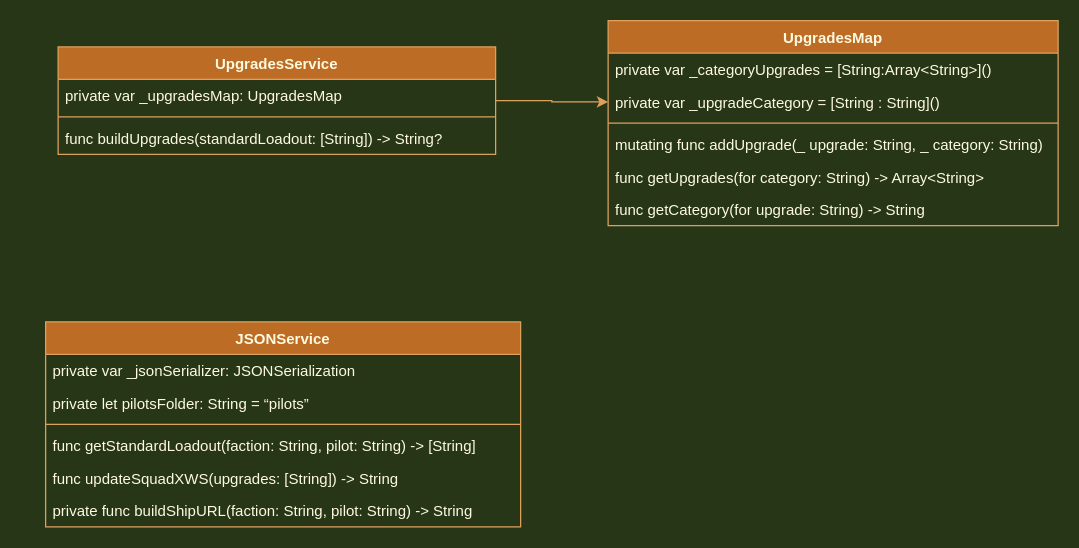
This is page "UpgradesService" (2 of 2) of Documentation/ShipXWSImport.drawio.xml from pakirby1/DialControl, a draw.io file, before an edit. Source tidied: cells renumbered, new cells numbered last; positions are measured from the earlier drawing's top-left corner, leaving out a move shared by most shapes. Both pictures are drawn from the tidied source at 125%, with x=0, y=0 at pixel (45, 20).
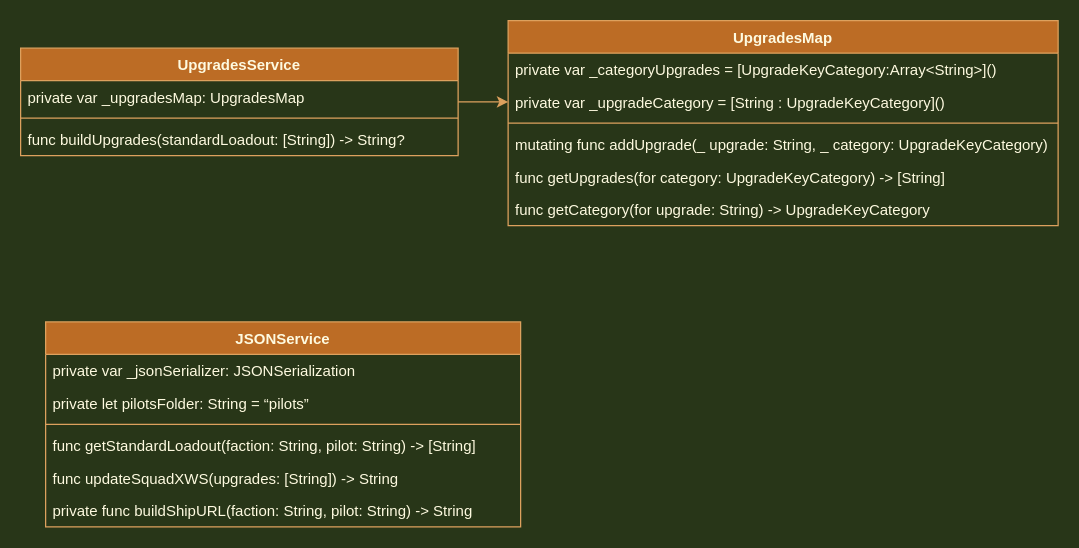
The same page after the edit.

What changed in the source:
```diff
@@
     <mxCell id="3" value="UpgradesService" style="swimlane;fontStyle=1;align=center;verticalAlign=top;horizontal=1;startSize=26;labelBackgroundColor=none;fillColor=#BC6C25;strokeColor=#DDA15E;fontColor=#FEFAE0;" parent="1" vertex="1">
-      <mxGeometry x="10" y="21" width="350" height="86" as="geometry" />
+      <mxGeometry x="-20" y="22" width="350" height="86" as="geometry" />
     </mxCell>
@@
     <mxCell id="7" value="UpgradesMap" style="swimlane;fontStyle=1;align=center;verticalAlign=top;horizontal=1;startSize=26;labelBackgroundColor=none;fillColor=#BC6C25;strokeColor=#DDA15E;fontColor=#FEFAE0;" parent="1" vertex="1">
-      <mxGeometry x="450" width="360" height="164" as="geometry" />
+      <mxGeometry x="370" width="440" height="164" as="geometry" />
     </mxCell>
-    <mxCell id="8" value="private var _categoryUpgrades = [String:Array&lt;String&gt;]()" style="text;strokeColor=none;fillColor=none;align=left;verticalAlign=top;spacingLeft=4;spacingRight=4;overflow=hidden;labelBackgroundColor=none;fontColor=#FEFAE0;" parent="7" vertex="1">
-      <mxGeometry y="26" width="360" height="26" as="geometry" />
+    <mxCell id="8" value="private var _categoryUpgrades = [UpgradeKeyCategory:Array&lt;String&gt;]()" style="text;strokeColor=none;fillColor=none;align=left;verticalAlign=top;spacingLeft=4;spacingRight=4;overflow=hidden;labelBackgroundColor=none;fontColor=#FEFAE0;" parent="7" vertex="1">
+      <mxGeometry y="26" width="440" height="26" as="geometry" />
     </mxCell>
-    <mxCell id="9" value="private var _upgradeCategory = [String : String]()" style="text;strokeColor=none;fillColor=none;align=left;verticalAlign=top;spacingLeft=4;spacingRight=4;overflow=hidden;points=[[0,0.5],[1,0.5]];portConstraint=eastwest;labelBackgroundColor=none;fontColor=#FEFAE0;" parent="7" vertex="1">
-      <mxGeometry y="52" width="360" height="26" as="geometry" />
+    <mxCell id="9" value="private var _upgradeCategory = [String : UpgradeKeyCategory]()" style="text;strokeColor=none;fillColor=none;align=left;verticalAlign=top;spacingLeft=4;spacingRight=4;overflow=hidden;points=[[0,0.5],[1,0.5]];portConstraint=eastwest;labelBackgroundColor=none;fontColor=#FEFAE0;" parent="7" vertex="1">
+      <mxGeometry y="52" width="440" height="26" as="geometry" />
     </mxCell>
     <mxCell id="10" style="line;strokeWidth=1;fillColor=none;align=left;verticalAlign=middle;spacingTop=-1;spacingLeft=3;spacingRight=3;labelPosition=right;strokeColor=#DDA15E;labelBackgroundColor=none;fontColor=#FEFAE0;" parent="7" vertex="1">
-      <mxGeometry y="78" width="360" height="8" as="geometry" />
+      <mxGeometry y="78" width="440" height="8" as="geometry" />
     </mxCell>
-    <mxCell id="11" value="mutating func addUpgrade(_ upgrade: String, _ category: String)" style="text;strokeColor=none;fillColor=none;align=left;verticalAlign=top;spacingLeft=4;spacingRight=4;overflow=hidden;labelBackgroundColor=none;fontColor=#FEFAE0;" parent="7" vertex="1">
-      <mxGeometry y="86" width="360" height="26" as="geometry" />
+    <mxCell id="11" value="mutating func addUpgrade(_ upgrade: String, _ category: UpgradeKeyCategory)" style="text;strokeColor=none;fillColor=none;align=left;verticalAlign=top;spacingLeft=4;spacingRight=4;overflow=hidden;labelBackgroundColor=none;fontColor=#FEFAE0;" parent="7" vertex="1">
+      <mxGeometry y="86" width="440" height="26" as="geometry" />
     </mxCell>
-    <mxCell id="12" value="func getUpgrades(for category: String) -&gt; Array&lt;String&gt;" style="text;strokeColor=none;fillColor=none;align=left;verticalAlign=top;spacingLeft=4;spacingRight=4;overflow=hidden;labelBackgroundColor=none;fontColor=#FEFAE0;" parent="7" vertex="1">
-      <mxGeometry y="112" width="360" height="26" as="geometry" />
+    <mxCell id="12" value="func getUpgrades(for category: UpgradeKeyCategory) -&gt; [String]" style="text;strokeColor=none;fillColor=none;align=left;verticalAlign=top;spacingLeft=4;spacingRight=4;overflow=hidden;labelBackgroundColor=none;fontColor=#FEFAE0;" parent="7" vertex="1">
+      <mxGeometry y="112" width="440" height="26" as="geometry" />
     </mxCell>
-    <mxCell id="13" value="func getCategory(for upgrade: String) -&gt; String" style="text;strokeColor=none;fillColor=none;align=left;verticalAlign=top;spacingLeft=4;spacingRight=4;overflow=hidden;labelBackgroundColor=none;fontColor=#FEFAE0;" parent="7" vertex="1">
-      <mxGeometry y="138" width="360" height="26" as="geometry" />
+    <mxCell id="13" value="func getCategory(for upgrade: String) -&gt; UpgradeKeyCategory" style="text;strokeColor=none;fillColor=none;align=left;verticalAlign=top;spacingLeft=4;spacingRight=4;overflow=hidden;labelBackgroundColor=none;fontColor=#FEFAE0;" parent="7" vertex="1">
+      <mxGeometry y="138" width="440" height="26" as="geometry" />
     </mxCell>
```
